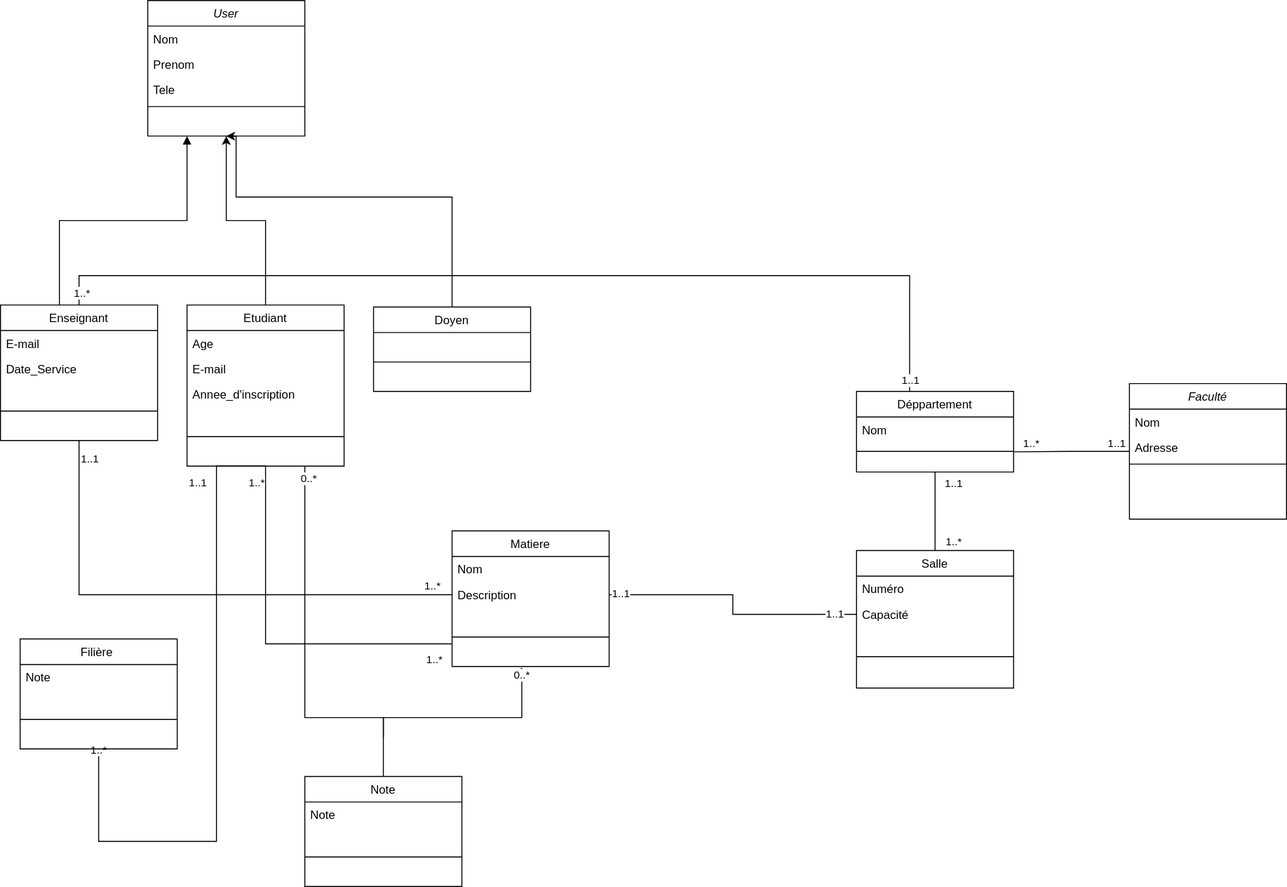
This is diagrams/DiagramClass.drawio.svg from 6-ON/wizard-academy, a draw.io export, as it was before one commit. Source tidied: cells renumbered, new cells last; positions are measured from the earlier drawing's top-left corner, leaving out a move shared by most shapes.
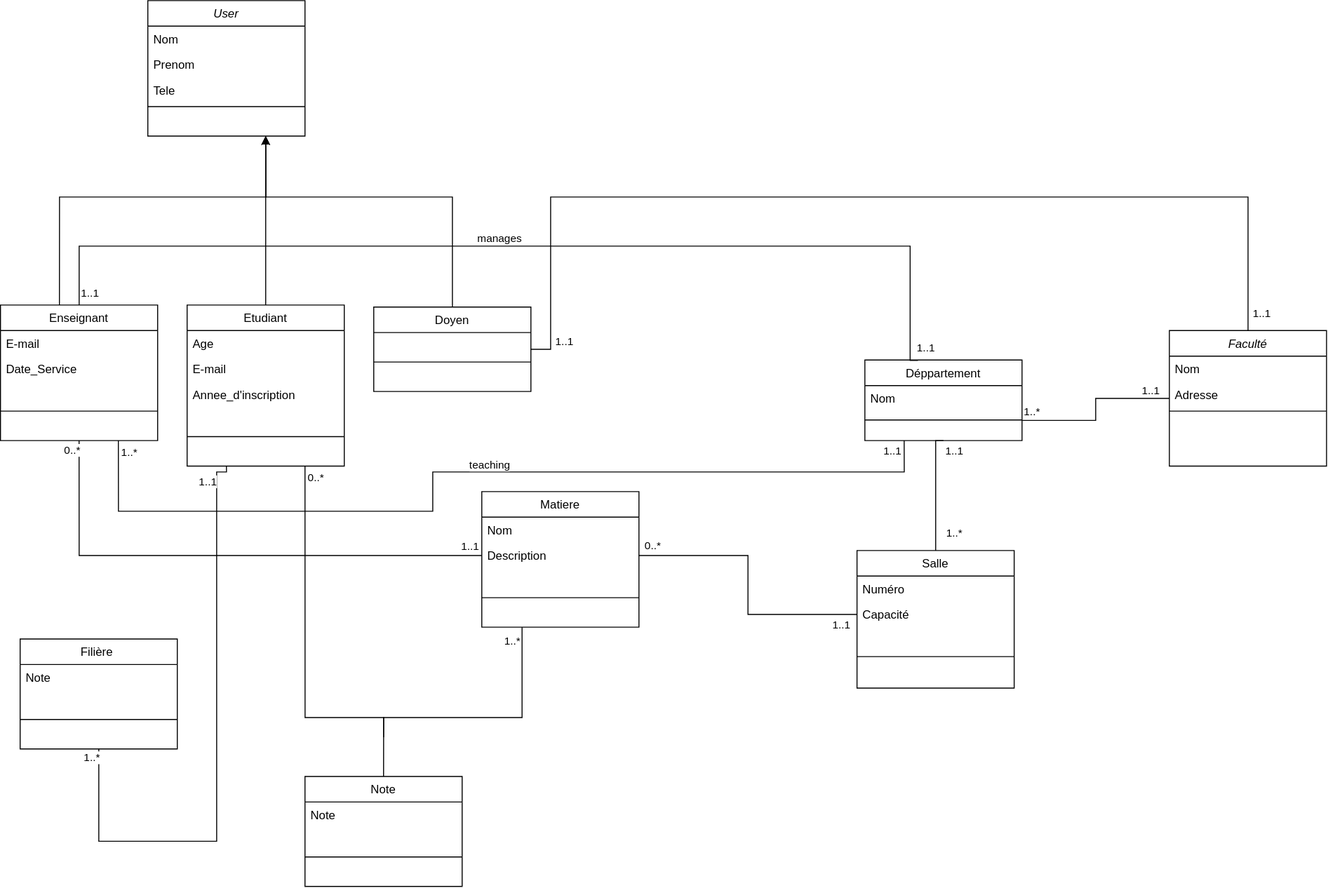
After the change.

Commit message:
fix mulitplicity and add missing relation in department class

The edit, as a diff of the source:
```diff
@@ -15,23 +15,42 @@
     </mxCell>
     <mxCell id="5" value="1..*" style="edgeLabel;html=1;align=center;verticalAlign=middle;" parent="2" vertex="1">
       <mxGeometry x="0.91" y="-1" relative="1" as="geometry">
-        <mxPoint x="13" y="-8" as="offset" />
+        <mxPoint x="2" y="-8" as="offset" />
       </mxGeometry>
     </mxCell>
+    <mxCell id="68" style="edgeStyle=orthogonalEdgeStyle;rounded=0;jettySize=auto;html=1;endArrow=none;endFill=0;" parent="1" edge="1" source="6" target="45">
+      <mxGeometry relative="1" as="geometry">
+        <Array as="points">
+          <mxPoint x="1270" y="200" />
+          <mxPoint x="560" y="200" />
+          <mxPoint x="560" y="355" />
+        </Array>
+      </mxGeometry>
+    </mxCell>
+    <mxCell id="69" value="1..1" style="edgeLabel;html=1;align=center;verticalAlign=middle;" parent="68" vertex="1">
+      <mxGeometry x="0.89" y="2" relative="1" as="geometry">
+        <mxPoint x="11" y="25" as="offset" />
+      </mxGeometry>
+    </mxCell>
+    <mxCell id="70" value="1..1" style="edgeLabel;html=1;align=center;verticalAlign=middle;" parent="68" vertex="1">
+      <mxGeometry x="-0.97" relative="1" as="geometry">
+        <mxPoint x="13" as="offset" />
+      </mxGeometry>
+    </mxCell>
-    <mxCell id="6" value="Faculté" style="swimlane;fontStyle=2;align=center;verticalAlign=top;horizontal=1;startSize=26;rounded=0;shadow=0;strokeWidth=1;" parent="1" vertex="1">
-      <mxGeometry x="1150" y="390" width="160" height="138" as="geometry" />
+    <mxCell id="6" value="Faculté" style="swimlane;fontStyle=2;align=center;verticalAlign=top;horizontal=1;startSize=26;rounded=0;shadow=0;strokeWidth=1;fillStyle=auto;" parent="1" vertex="1">
+      <mxGeometry x="1190" y="336" width="160" height="138" as="geometry" />
     </mxCell>
     <mxCell id="7" value="Nom" style="text;align=left;verticalAlign=top;spacingLeft=4;spacingRight=4;overflow=hidden;" parent="6" vertex="1">
       <mxGeometry y="26" width="160" height="26" as="geometry" />
     </mxCell>
-    <mxCell id="8" value="Adresse" style="text;align=left;verticalAlign=top;spacingLeft=4;spacingRight=4;overflow=hidden;rounded=0;shadow=0;html=0;" parent="6" vertex="1">
+    <mxCell id="8" value="Adresse" style="text;align=left;verticalAlign=top;spacingLeft=4;spacingRight=4;overflow=hidden;rounded=0;shadow=0;html=0;fillColor=none;" parent="6" vertex="1">
       <mxGeometry y="52" width="160" height="26" as="geometry" />
     </mxCell>
     <mxCell id="9" style="line;html=1;strokeWidth=1;align=left;verticalAlign=middle;spacingTop=-1;spacingLeft=3;spacingRight=3;labelPosition=right;" parent="6" vertex="1">
       <mxGeometry y="78" width="160" height="8" as="geometry" />
     </mxCell>
     <mxCell id="10" value="Déppartement" style="swimlane;fontStyle=0;align=center;verticalAlign=top;horizontal=1;startSize=26;rounded=0;shadow=0;strokeWidth=1;" parent="1" vertex="1">
-      <mxGeometry x="872" y="398" width="160" height="82" as="geometry" />
+      <mxGeometry x="880" y="366" width="160" height="82" as="geometry" />
     </mxCell>
     <mxCell id="11" value="Nom" style="text;align=left;verticalAlign=top;spacingLeft=4;spacingRight=4;overflow=hidden;" parent="10" vertex="1">
       <mxGeometry y="26" width="160" height="26" as="geometry" />
@@ -52,7 +71,7 @@
       <mxGeometry y="78" width="160" height="60" as="geometry" />
     </mxCell>
     <mxCell id="17" value="Matiere" style="swimlane;fontStyle=0;align=center;verticalAlign=top;horizontal=1;startSize=26;rounded=0;shadow=0;strokeWidth=1;" parent="1" vertex="1">
-      <mxGeometry x="460" y="540" width="160" height="138" as="geometry" />
+      <mxGeometry x="490" y="500" width="160" height="138" as="geometry" />
     </mxCell>
     <mxCell id="18" value="Nom" style="text;align=left;verticalAlign=top;spacingLeft=4;spacingRight=4;overflow=hidden;" parent="17" vertex="1">
       <mxGeometry y="26" width="160" height="26" as="geometry" />
@@ -63,7 +82,7 @@
     <mxCell id="20" style="line;html=1;strokeWidth=1;align=left;verticalAlign=middle;spacingTop=-1;spacingLeft=3;spacingRight=3;labelPosition=right;" parent="17" vertex="1">
       <mxGeometry y="78" width="160" height="60" as="geometry" />
     </mxCell>
-    <mxCell id="21" style="edgeStyle=orthogonalEdgeStyle;rounded=0;jettySize=auto;html=1;entryX=0.5;entryY=1;entryDx=0;entryDy=0;exitX=0.5;exitY=0;exitDx=0;exitDy=0;" parent="1" edge="1" source="22" target="39">
+    <mxCell id="21" style="edgeStyle=orthogonalEdgeStyle;rounded=0;jettySize=auto;html=1;exitX=0.5;exitY=0;exitDx=0;exitDy=0;entryX=0.75;entryY=1;entryDx=0;entryDy=0;" parent="1" edge="1" source="22" target="39">
       <mxGeometry relative="1" as="geometry" />
     </mxCell>
     <mxCell id="22" value="Etudiant" style="swimlane;fontStyle=0;align=center;verticalAlign=top;horizontal=1;startSize=26;rounded=0;shadow=0;strokeWidth=1;" parent="1" vertex="1">
@@ -82,7 +101,11 @@
       <mxGeometry y="104" width="160" height="60" as="geometry" />
     </mxCell>
     <mxCell id="27" style="edgeStyle=orthogonalEdgeStyle;rounded=0;jettySize=auto;html=1;entryX=0.5;entryY=1;entryDx=0;entryDy=0;endArrow=none;endFill=0;" parent="1" edge="1" source="30" target="10">
-      <mxGeometry relative="1" as="geometry" />
+      <mxGeometry relative="1" as="geometry">
+        <Array as="points">
+          <mxPoint x="952" y="448" />
+        </Array>
+      </mxGeometry>
     </mxCell>
     <mxCell id="28" value="1..*" style="edgeLabel;html=1;align=center;verticalAlign=middle;" parent="27" vertex="1">
       <mxGeometry x="-0.56" y="-1" relative="1" as="geometry">
@@ -106,17 +129,19 @@
     <mxCell id="33" style="line;html=1;strokeWidth=1;align=left;verticalAlign=middle;spacingTop=-1;spacingLeft=3;spacingRight=3;labelPosition=right;" parent="30" vertex="1">
       <mxGeometry y="78" width="160" height="60" as="geometry" />
     </mxCell>
-    <mxCell id="34" style="edgeStyle=orthogonalEdgeStyle;rounded=0;jettySize=auto;html=1;endArrow=none;endFill=0;exitX=0.5;exitY=0;exitDx=0;exitDy=0;" parent="1" edge="1" source="36">
+    <mxCell id="34" style="edgeStyle=orthogonalEdgeStyle;rounded=0;jettySize=auto;html=1;endArrow=none;endFill=0;exitX=0.5;exitY=0;exitDx=0;exitDy=0;entryX=0.25;entryY=1;entryDx=0;entryDy=0;" parent="1" edge="1" source="36" target="17">
       <mxGeometry relative="1" as="geometry">
-        <mxPoint x="530" y="680" as="targetPoint" />
         <Array as="points">
           <mxPoint x="390" y="730" />
           <mxPoint x="531" y="730" />
+          <mxPoint x="531" y="638" />
         </Array>
       </mxGeometry>
     </mxCell>
-    <mxCell id="35" value="0..*" style="edgeLabel;html=1;align=center;verticalAlign=middle;" parent="34" vertex="1">
-      <mxGeometry x="0.94" y="1" relative="1" as="geometry" />
+    <mxCell id="35" value="1..*" style="edgeLabel;html=1;align=center;verticalAlign=middle;" parent="34" vertex="1">
+      <mxGeometry x="0.94" y="1" relative="1" as="geometry">
+        <mxPoint x="-10" y="4" as="offset" />
+      </mxGeometry>
     </mxCell>
     <mxCell id="36" value="Note" style="swimlane;fontStyle=0;align=center;verticalAlign=top;horizontal=1;startSize=26;rounded=0;shadow=0;strokeWidth=1;" parent="1" vertex="1">
       <mxGeometry x="310" y="790" width="160" height="112" as="geometry" />
@@ -142,12 +167,11 @@
     <mxCell id="43" style="line;html=1;strokeWidth=1;align=left;verticalAlign=middle;spacingTop=-1;spacingLeft=3;spacingRight=3;labelPosition=right;" parent="39" vertex="1">
       <mxGeometry y="104" width="160" height="8" as="geometry" />
     </mxCell>
-    <mxCell id="44" style="edgeStyle=orthogonalEdgeStyle;rounded=0;jettySize=auto;html=1;entryX=0.5;entryY=1;entryDx=0;entryDy=0;" parent="1" edge="1" source="45" target="39">
+    <mxCell id="44" style="edgeStyle=orthogonalEdgeStyle;rounded=0;jettySize=auto;html=1;entryX=0.75;entryY=1;entryDx=0;entryDy=0;" parent="1" edge="1" source="45" target="39">
       <mxGeometry relative="1" as="geometry">
         <Array as="points">
           <mxPoint x="460" y="200" />
-          <mxPoint x="240" y="200" />
-          <mxPoint x="240" y="138" />
+          <mxPoint x="270" y="200" />
         </Array>
       </mxGeometry>
     </mxCell>
@@ -157,65 +181,58 @@
     <mxCell id="46" style="line;html=1;strokeWidth=1;align=left;verticalAlign=middle;spacingTop=-1;spacingLeft=3;spacingRight=3;labelPosition=right;" parent="45" vertex="1">
       <mxGeometry y="26" width="160" height="60" as="geometry" />
     </mxCell>
-    <mxCell id="47" style="endArrow=block;endFill=1;html=1;edgeStyle=orthogonalEdgeStyle;align=left;verticalAlign=top;rounded=0;entryX=0.25;entryY=1;entryDx=0;entryDy=0;exitX=0.375;exitY=0;exitDx=0;exitDy=0;exitPerimeter=0;" parent="1" edge="1" source="13" target="39">
-      <mxGeometry x="-1" relative="1" as="geometry" />
+    <mxCell id="47" style="endArrow=block;endFill=1;html=1;edgeStyle=orthogonalEdgeStyle;align=left;verticalAlign=top;rounded=0;exitX=0.375;exitY=0;exitDx=0;exitDy=0;exitPerimeter=0;entryX=0.75;entryY=1;entryDx=0;entryDy=0;" parent="1" edge="1" source="13" target="39">
+      <mxGeometry x="-1" relative="1" as="geometry">
+        <Array as="points">
+          <mxPoint x="60" y="200" />
+          <mxPoint x="270" y="200" />
+        </Array>
+      </mxGeometry>
     </mxCell>
     <mxCell id="48" style="edgeStyle=orthogonalEdgeStyle;rounded=0;jettySize=auto;html=1;entryX=0;entryY=0.5;entryDx=0;entryDy=0;endArrow=none;endFill=0;" parent="1" edge="1" source="19" target="32">
       <mxGeometry relative="1" as="geometry" />
     </mxCell>
-    <mxCell id="49" value="1..1" style="edgeLabel;html=1;align=center;verticalAlign=middle;" parent="48" vertex="1">
-      <mxGeometry x="-0.91" y="2" relative="1" as="geometry" />
+    <mxCell id="49" value="0..*" style="edgeLabel;html=1;align=center;verticalAlign=middle;" parent="48" vertex="1">
+      <mxGeometry x="-0.91" y="2" relative="1" as="geometry">
+        <mxPoint y="-9" as="offset" />
+      </mxGeometry>
     </mxCell>
     <mxCell id="50" value="1..1" style="edgeLabel;html=1;align=center;verticalAlign=middle;" parent="48" vertex="1">
-      <mxGeometry x="0.84" y="1" relative="1" as="geometry" />
+      <mxGeometry x="0.84" y="1" relative="1" as="geometry">
+        <mxPoint x="7" y="11" as="offset" />
+      </mxGeometry>
     </mxCell>
     <mxCell id="51" style="edgeStyle=orthogonalEdgeStyle;rounded=0;jettySize=auto;html=1;entryX=0.5;entryY=1;entryDx=0;entryDy=0;endArrow=none;endFill=0;" parent="1" edge="1" source="19" target="13">
       <mxGeometry relative="1" as="geometry" />
     </mxCell>
     <mxCell id="52" value="1..1" style="edgeLabel;html=1;align=center;verticalAlign=middle;" parent="51" vertex="1">
       <mxGeometry x="0.95" y="-4" relative="1" as="geometry">
-        <mxPoint x="6" y="6" as="offset" />
+        <mxPoint x="393" y="95" as="offset" />
       </mxGeometry>
     </mxCell>
-    <mxCell id="53" style="edgeStyle=orthogonalEdgeStyle;rounded=0;jettySize=auto;html=1;entryX=0.5;entryY=1;entryDx=0;entryDy=0;endArrow=none;endFill=0;" parent="1" edge="1" source="17" target="22">
-      <mxGeometry relative="1" as="geometry">
-        <Array as="points">
-          <mxPoint x="270" y="655" />
-        </Array>
-      </mxGeometry>
-    </mxCell>
-    <mxCell id="54" value="1..*" style="edgeLabel;html=1;align=center;verticalAlign=middle;" parent="53" vertex="1">
-      <mxGeometry x="-0.96" y="-2" relative="1" as="geometry">
-        <mxPoint x="-12" y="-58" as="offset" />
-      </mxGeometry>
-    </mxCell>
-    <mxCell id="55" value="1..*" style="edgeLabel;html=1;align=center;verticalAlign=middle;" parent="53" vertex="1">
-      <mxGeometry x="0.88" relative="1" as="geometry">
-        <mxPoint x="-10" y="-7" as="offset" />
-      </mxGeometry>
-    </mxCell>
-    <mxCell id="56" value="1..*" style="edgeLabel;html=1;align=center;verticalAlign=middle;" parent="53" vertex="1">
-      <mxGeometry x="-0.9" relative="1" as="geometry">
-        <mxPoint y="15" as="offset" />
-      </mxGeometry>
-    </mxCell>
+    <mxCell id="71" value="0..*" style="edgeLabel;html=1;align=center;verticalAlign=middle;" parent="51" vertex="1">
+      <mxGeometry x="0.97" relative="1" as="geometry">
+        <mxPoint x="-8" as="offset" />
+      </mxGeometry>
+    </mxCell>
-    <mxCell id="57" style="edgeStyle=orthogonalEdgeStyle;rounded=0;jettySize=auto;html=1;entryX=0.5;entryY=1;entryDx=0;entryDy=0;endArrow=none;endFill=0;" parent="1" edge="1" source="60" target="22">
+    <mxCell id="57" style="edgeStyle=orthogonalEdgeStyle;rounded=0;jettySize=auto;html=1;endArrow=none;endFill=0;entryX=0.25;entryY=1;entryDx=0;entryDy=0;" parent="1" edge="1" source="60" target="22">
       <mxGeometry relative="1" as="geometry">
         <Array as="points">
           <mxPoint x="100" y="856" />
           <mxPoint x="220" y="856" />
-          <mxPoint x="220" y="474" />
+          <mxPoint x="220" y="480" />
+          <mxPoint x="230" y="480" />
         </Array>
       </mxGeometry>
     </mxCell>
     <mxCell id="58" value="1..1" style="edgeLabel;html=1;align=center;verticalAlign=middle;" parent="57" vertex="1">
       <mxGeometry x="0.82" relative="1" as="geometry">
-        <mxPoint x="-20" y="9" as="offset" />
+        <mxPoint x="-10" y="-28" as="offset" />
       </mxGeometry>
     </mxCell>
     <mxCell id="59" value="1..*" style="edgeLabel;html=1;align=center;verticalAlign=middle;" parent="57" vertex="1">
       <mxGeometry x="-0.95" y="-1" relative="1" as="geometry">
-        <mxPoint y="-15" as="offset" />
+        <mxPoint x="-7" y="-6" as="offset" />
       </mxGeometry>
     </mxCell>
     <mxCell id="60" value="Filière " style="swimlane;fontStyle=0;align=center;verticalAlign=top;horizontal=1;startSize=26;rounded=0;shadow=0;strokeWidth=1;" parent="1" vertex="1">
@@ -237,21 +254,58 @@
       </mxGeometry>
     </mxCell>
     <mxCell id="64" value="0..*" style="edgeLabel;html=1;align=center;verticalAlign=middle;" parent="63" vertex="1">
-      <mxGeometry x="0.93" y="-3" relative="1" as="geometry" />
+      <mxGeometry x="0.93" y="-3" relative="1" as="geometry">
+        <mxPoint x="7" y="-1" as="offset" />
+      </mxGeometry>
     </mxCell>
     <mxCell id="65" style="edgeStyle=orthogonalEdgeStyle;rounded=0;jettySize=auto;html=1;entryX=0.338;entryY=0.004;entryDx=0;entryDy=0;entryPerimeter=0;endArrow=none;endFill=0;" parent="1" edge="1" source="13" target="10">
       <mxGeometry relative="1" as="geometry">
         <Array as="points">
-          <mxPoint x="80" y="280" />
-          <mxPoint x="926" y="280" />
+          <mxPoint x="80" y="250" />
+          <mxPoint x="926" y="250" />
+          <mxPoint x="926" y="366" />
         </Array>
       </mxGeometry>
     </mxCell>
-    <mxCell id="66" value="1..*" style="edgeLabel;html=1;align=center;verticalAlign=middle;" parent="65" vertex="1">
-      <mxGeometry x="-0.97" y="-2" relative="1" as="geometry" />
+    <mxCell id="66" value="1..1" style="edgeLabel;html=1;align=center;verticalAlign=middle;" parent="65" vertex="1">
+      <mxGeometry x="-0.97" y="-2" relative="1" as="geometry">
+        <mxPoint x="8" as="offset" />
+      </mxGeometry>
     </mxCell>
     <mxCell id="67" value="1..1" style="edgeLabel;html=1;align=center;verticalAlign=middle;" parent="65" vertex="1">
-      <mxGeometry x="0.98" relative="1" as="geometry" />
+      <mxGeometry x="0.98" relative="1" as="geometry">
+        <mxPoint x="15" y="-9" as="offset" />
+      </mxGeometry>
     </mxCell>
+    <mxCell id="72" value="manages" style="edgeLabel;html=1;align=center;verticalAlign=middle;" parent="65" vertex="1">
+      <mxGeometry x="-0.05" y="3" relative="1" as="geometry">
+        <mxPoint y="-6" as="offset" />
+      </mxGeometry>
+    </mxCell>
+    <mxCell id="73" style="edgeStyle=orthogonalEdgeStyle;rounded=0;jettySize=auto;html=1;entryX=0.75;entryY=1;entryDx=0;entryDy=0;exitX=0.25;exitY=1;exitDx=0;exitDy=0;endArrow=none;endFill=0;" parent="1" edge="1" source="10" target="13">
+      <mxGeometry relative="1" as="geometry">
+        <Array as="points">
+          <mxPoint x="920" y="480" />
+          <mxPoint x="440" y="480" />
+          <mxPoint x="440" y="520" />
+          <mxPoint x="120" y="520" />
+        </Array>
+      </mxGeometry>
+    </mxCell>
+    <mxCell id="74" value="1..*" style="edgeLabel;html=1;align=center;verticalAlign=middle;" parent="73" vertex="1">
+      <mxGeometry x="0.97" y="1" relative="1" as="geometry">
+        <mxPoint x="11" as="offset" />
+      </mxGeometry>
+    </mxCell>
+    <mxCell id="75" value="1..1" style="edgeLabel;html=1;align=center;verticalAlign=middle;" parent="73" vertex="1">
+      <mxGeometry x="-0.96" y="-1" relative="1" as="geometry">
+        <mxPoint x="-12" y="-6" as="offset" />
+      </mxGeometry>
+    </mxCell>
+    <mxCell id="76" value="teaching" style="edgeLabel;html=1;align=center;verticalAlign=middle;" parent="73" vertex="1">
+      <mxGeometry x="-0.04" y="-3" relative="1" as="geometry">
+        <mxPoint y="-5" as="offset" />
+      </mxGeometry>
+    </mxCell>
   </root>
 </mxGraphModel>
```
